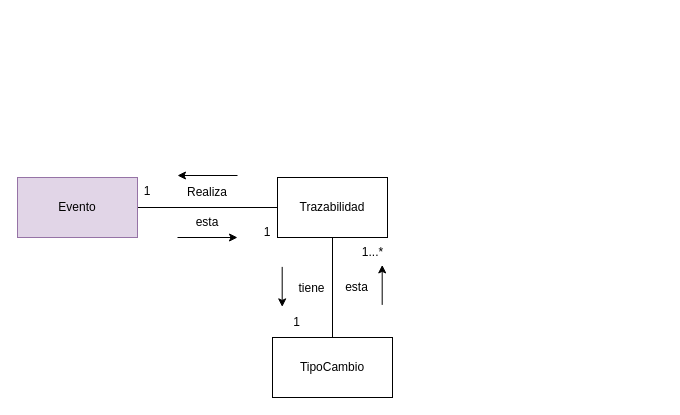
The draw.io diagram page "AnemicModelTraceability" (8 of 13) of CoTasker_BoundedContext.drawio in Migue1409-KP/DOO-working-group, before the edit. Source tidied: cells renumbered, new cells numbered last; positions are measured from the earlier drawing's top-left corner, leaving out a move shared by most shapes. Both pictures are drawn from the tidied source at 100%, with x=0, y=0 at pixel (17, 175).
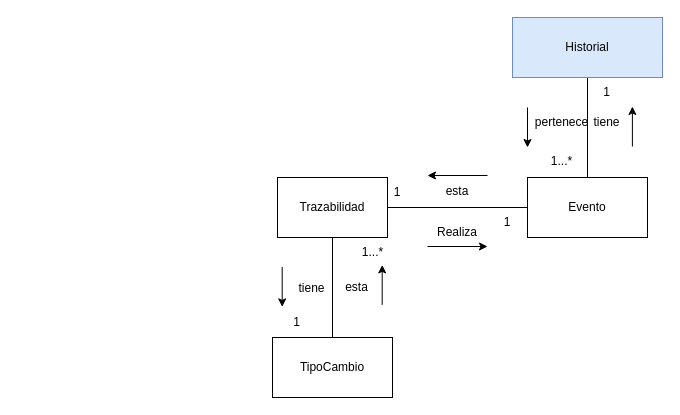
The same page after the edit.

What changed in the source:
```diff
@@
+    <mxCell id="19" style="edgeStyle=orthogonalEdgeStyle;rounded=0;jettySize=auto;html=1;entryX=0.5;entryY=1;entryDx=0;entryDy=0;endArrow=none;endFill=0;" parent="1" edge="1" source="5" target="20">
+      <mxGeometry relative="1" as="geometry" />
+    </mxCell>
-    <mxCell id="5" value="Evento" style="rounded=0;whiteSpace=wrap;html=1;fillColor=#e1d5e7;strokeColor=#9673a6;" parent="1" vertex="1">
-      <mxGeometry y="2" width="120" height="60" as="geometry" />
+    <mxCell id="5" value="Evento" style="rounded=0;whiteSpace=wrap;html=1;" parent="1" vertex="1">
+      <mxGeometry x="510" y="2" width="120" height="60" as="geometry" />
     </mxCell>
     <mxCell id="6" style="endArrow=classic;html=1;rounded=0;" parent="1" edge="1">
       <mxGeometry relative="1" as="geometry">
-        <mxPoint x="160" y="62" as="sourcePoint" />
-        <mxPoint x="220" y="62" as="targetPoint" />
+        <mxPoint x="410" y="71" as="sourcePoint" />
+        <mxPoint x="470" y="71" as="targetPoint" />
       </mxGeometry>
     </mxCell>
     <mxCell id="7" style="endArrow=classic;html=1;rounded=0;" parent="1" edge="1">
       <mxGeometry relative="1" as="geometry">
-        <mxPoint x="220" as="sourcePoint" />
-        <mxPoint x="160" as="targetPoint" />
+        <mxPoint x="470" as="sourcePoint" />
+        <mxPoint x="410" as="targetPoint" />
       </mxGeometry>
     </mxCell>
     <mxCell id="8" value="esta" style="text;html=1;strokeColor=none;fillColor=none;align=center;verticalAlign=middle;whiteSpace=wrap;rounded=0;" parent="1" vertex="1">
-      <mxGeometry x="160" y="32" width="60" height="30" as="geometry" />
+      <mxGeometry x="410" y="1" width="60" height="30" as="geometry" />
     </mxCell>
     <mxCell id="9" value="Realiza" style="text;html=1;strokeColor=none;fillColor=none;align=center;verticalAlign=middle;whiteSpace=wrap;rounded=0;" parent="1" vertex="1">
-      <mxGeometry x="160" y="2" width="60" height="30" as="geometry" />
+      <mxGeometry x="410" y="42" width="60" height="30" as="geometry" />
     </mxCell>
     <mxCell id="10" value="1" style="text;html=1;strokeColor=none;fillColor=none;align=center;verticalAlign=middle;whiteSpace=wrap;rounded=0;" parent="1" vertex="1">
-      <mxGeometry x="220" y="42" width="60" height="30" as="geometry" />
+      <mxGeometry x="460" y="32" width="60" height="30" as="geometry" />
     </mxCell>
     <mxCell id="11" value="1" style="text;html=1;strokeColor=none;fillColor=none;align=center;verticalAlign=middle;whiteSpace=wrap;rounded=0;" parent="1" vertex="1">
-      <mxGeometry x="100" y="1" width="60" height="30" as="geometry" />
+      <mxGeometry x="350" y="2" width="60" height="30" as="geometry" />
     </mxCell>
@@
+    <mxCell id="20" value="Historial" style="rounded=0;whiteSpace=wrap;html=1;fillColor=#dae8fc;strokeColor=#6c8ebf;" parent="1" vertex="1">
+      <mxGeometry x="495" y="-158" width="150" height="60" as="geometry" />
+    </mxCell>
+    <mxCell id="21" value="tiene&lt;br&gt;" style="text;html=1;align=center;verticalAlign=middle;strokeColor=none;fillColor=none;" parent="1" vertex="1">
+      <mxGeometry x="563.9" y="-68" width="50" height="30" as="geometry" />
+    </mxCell>
+    <mxCell id="22" value="pertenece" style="text;html=1;align=center;verticalAlign=middle;strokeColor=none;fillColor=none;" parent="1" vertex="1">
+      <mxGeometry x="503.9" y="-68" width="80" height="30" as="geometry" />
+    </mxCell>
+    <mxCell id="23" style="endArrow=classic;html=1;rounded=0;" parent="1" edge="1">
+      <mxGeometry relative="1" as="geometry">
+        <mxPoint x="614.9" y="-29" as="sourcePoint" />
+        <mxPoint x="614.9" y="-69" as="targetPoint" />
+      </mxGeometry>
+    </mxCell>
+    <mxCell id="24" style="endArrow=classic;html=1;rounded=0;" parent="1" edge="1">
+      <mxGeometry relative="1" as="geometry">
+        <mxPoint x="510" y="-68" as="sourcePoint" />
+        <mxPoint x="510" y="-28" as="targetPoint" />
+      </mxGeometry>
+    </mxCell>
+    <mxCell id="25" value="1" style="text;html=1;align=center;verticalAlign=middle;strokeColor=none;fillColor=none;" parent="1" vertex="1">
+      <mxGeometry x="573.9" y="-98" width="30" height="30" as="geometry" />
+    </mxCell>
+    <mxCell id="26" value="1...*" style="text;html=1;align=center;verticalAlign=middle;strokeColor=none;fillColor=none;" parent="1" vertex="1">
+      <mxGeometry x="523.9" y="-29" width="40" height="30" as="geometry" />
+    </mxCell>
```
